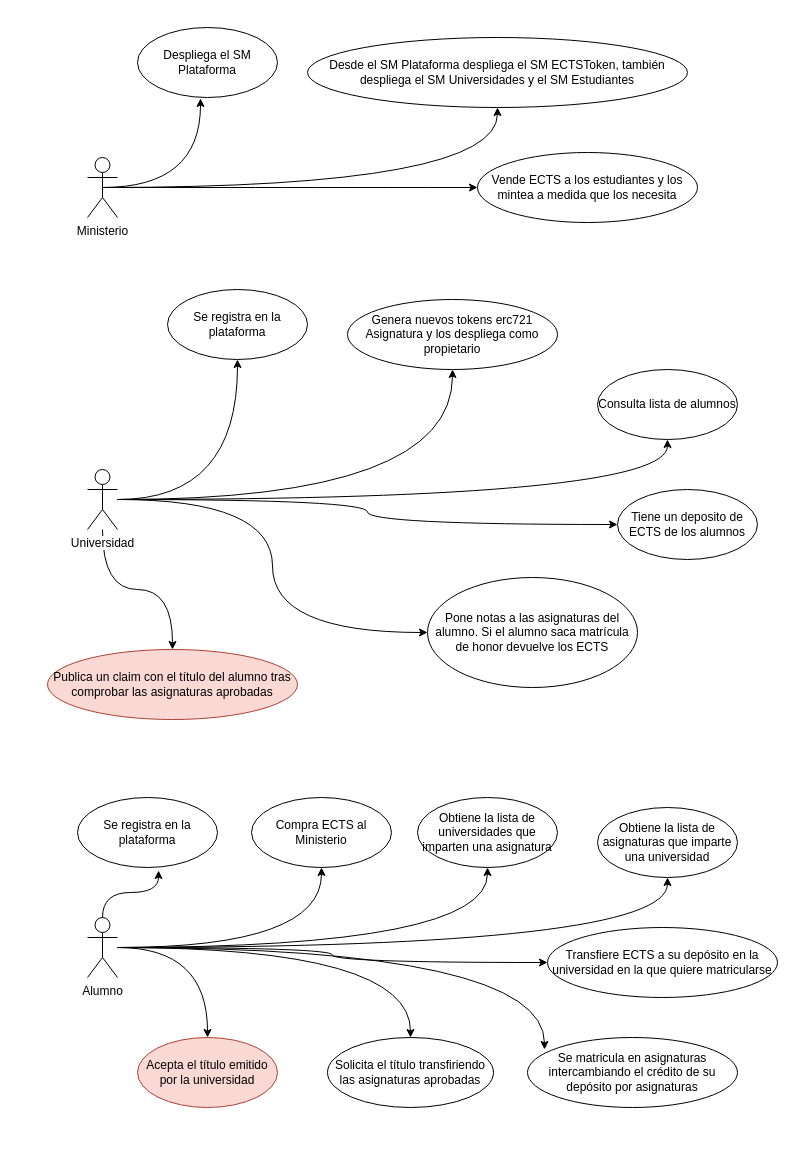
The draw.io diagram docs/Casos Uso.drawio in jpges/UNIR_TFE, before the edit. Source tidied: cells renumbered, new cells numbered last; positions are measured from the earlier drawing's top-left corner, leaving out a move shared by most shapes. Both pictures are drawn from the tidied source at 100%, with x=0, y=0 at pixel (47, 27).
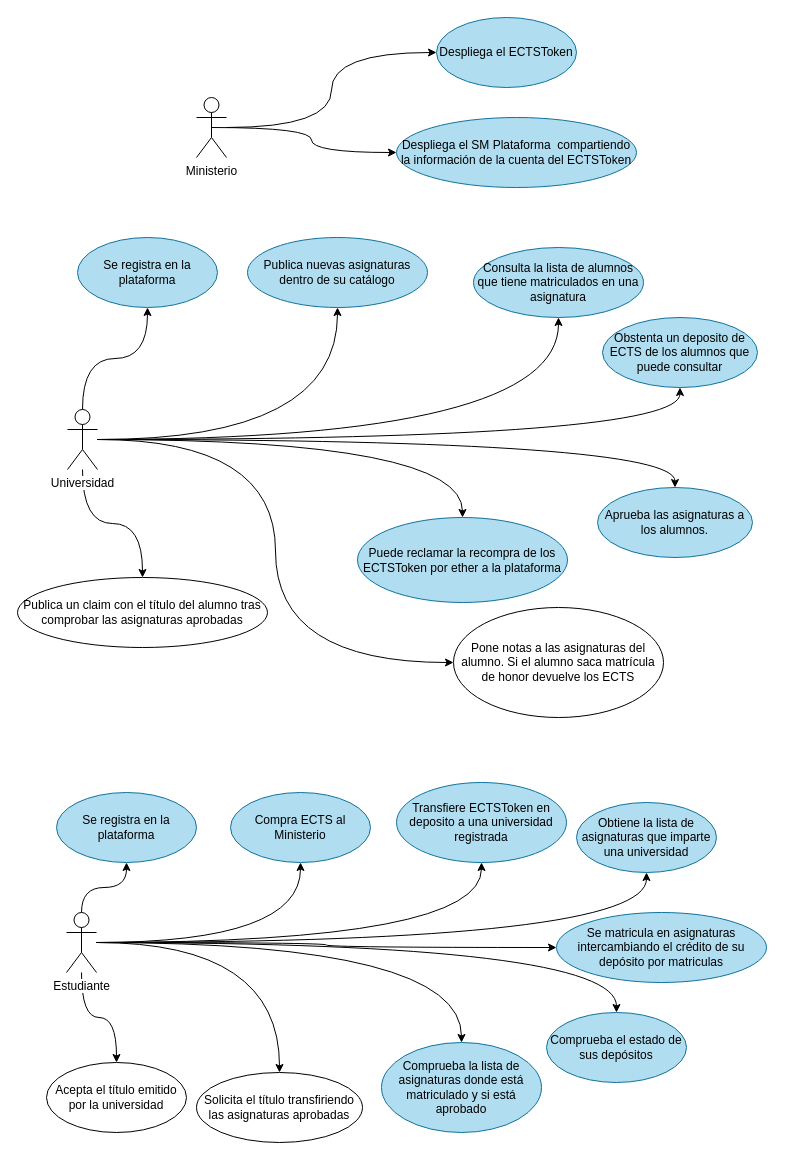
The same diagram, later.

What changed in the source:
```diff
@@
     <mxCell id="2" style="edgeStyle=orthogonalEdgeStyle;curved=1;rounded=0;jettySize=auto;html=1;" parent="1" edge="1" target="9">
       <mxGeometry relative="1" as="geometry">
-        <mxPoint x="70" y="472" as="sourcePoint" />
+        <mxPoint x="50" y="412" as="sourcePoint" />
       </mxGeometry>
     </mxCell>
-    <mxCell id="3" style="edgeStyle=orthogonalEdgeStyle;curved=1;rounded=0;jettySize=auto;html=1;entryX=0;entryY=0.5;entryDx=0;entryDy=0;" parent="1" edge="1" source="4" target="7">
-      <mxGeometry relative="1" as="geometry" />
-    </mxCell>
+    <mxCell id="39" style="edgeStyle=orthogonalEdgeStyle;curved=1;rounded=0;jettySize=auto;html=1;entryX=0;entryY=0.5;entryDx=0;entryDy=0;" parent="1" edge="1" source="4" target="44">
+      <mxGeometry relative="1" as="geometry" />
+    </mxCell>
     <mxCell id="4" value="Ministerio" style="shape=umlActor;verticalLabelPosition=bottom;labelBackgroundColor=#ffffff;verticalAlign=top;html=1;" parent="1" vertex="1">
-      <mxGeometry x="40" y="130" width="30" height="60" as="geometry" />
+      <mxGeometry x="149" y="70" width="30" height="60" as="geometry" />
     </mxCell>
-    <mxCell id="5" value="Despliega el SM Plataforma" style="ellipse;whiteSpace=wrap;html=1;" parent="1" vertex="1">
-      <mxGeometry x="90" width="140" height="70" as="geometry" />
+    <mxCell id="5" value="Despliega el SM Plataforma&amp;nbsp; compartiendo la información de la cuenta del ECTSToken" style="ellipse;whiteSpace=wrap;html=1;fillColor=#b1ddf0;strokeColor=#10739e;" parent="1" vertex="1">
+      <mxGeometry x="349" y="90" width="240" height="70" as="geometry" />
     </mxCell>
-    <mxCell id="6" value="Desde el SM Plataforma despliega el SM ECTSToken, también despliega el SM Universidades y el SM Estudiantes" style="ellipse;whiteSpace=wrap;html=1;" parent="1" vertex="1">
-      <mxGeometry x="260" y="10" width="380" height="70" as="geometry" />
-    </mxCell>
-    <mxCell id="7" value="Vende ECTS a los estudiantes y los mintea a medida que los necesita" style="ellipse;whiteSpace=wrap;html=1;" parent="1" vertex="1">
-      <mxGeometry x="430" y="125" width="220" height="70" as="geometry" />
-    </mxCell>
-    <mxCell id="8" value="Compra ECTS al Ministerio" style="ellipse;whiteSpace=wrap;html=1;" parent="1" vertex="1">
-      <mxGeometry x="204" y="770" width="140" height="70" as="geometry" />
+    <mxCell id="8" value="Compra ECTS al Ministerio" style="ellipse;whiteSpace=wrap;html=1;fillColor=#b1ddf0;strokeColor=#10739e;" parent="1" vertex="1">
+      <mxGeometry x="183" y="765" width="140" height="70" as="geometry" />
     </mxCell>
-    <mxCell id="9" value="Genera nuevos tokens erc721 Asignatura y los despliega como propietario" style="ellipse;whiteSpace=wrap;html=1;" parent="1" vertex="1">
-      <mxGeometry x="300" y="272" width="210" height="70" as="geometry" />
+    <mxCell id="9" value="Publica nuevas asignaturas dentro de su catálogo" style="ellipse;whiteSpace=wrap;html=1;fillColor=#b1ddf0;strokeColor=#10739e;" parent="1" vertex="1">
+      <mxGeometry x="200" y="210" width="180" height="70" as="geometry" />
     </mxCell>
@@
-    <mxCell id="11" style="edgeStyle=orthogonalEdgeStyle;curved=1;rounded=0;jettySize=auto;html=1;entryX=0;entryY=0.5;entryDx=0;entryDy=0;" parent="1" edge="1" source="15" target="18">
-      <mxGeometry relative="1" as="geometry" />
-    </mxCell>
@@
+    <mxCell id="40" style="edgeStyle=orthogonalEdgeStyle;curved=1;rounded=0;jettySize=auto;html=1;" parent="1" edge="1" source="15" target="45">
+      <mxGeometry relative="1" as="geometry" />
+    </mxCell>
+    <mxCell id="41" style="edgeStyle=orthogonalEdgeStyle;curved=1;rounded=0;jettySize=auto;html=1;" parent="1" edge="1" source="15" target="46">
+      <mxGeometry relative="1" as="geometry" />
+    </mxCell>
+    <mxCell id="11" style="edgeStyle=orthogonalEdgeStyle;curved=1;rounded=0;jettySize=auto;html=1;entryX=0.5;entryY=1;entryDx=0;entryDy=0;" parent="1" edge="1" source="15" target="18">
+      <mxGeometry relative="1" as="geometry" />
+    </mxCell>
     <mxCell id="15" value="Universidad" style="shape=umlActor;verticalLabelPosition=bottom;labelBackgroundColor=#ffffff;verticalAlign=top;html=1;" parent="1" vertex="1">
-      <mxGeometry x="40" y="442" width="30" height="60" as="geometry" />
+      <mxGeometry x="20" y="382" width="30" height="60" as="geometry" />
     </mxCell>
-    <mxCell id="16" value="Se registra en la plataforma" style="ellipse;whiteSpace=wrap;html=1;" parent="1" vertex="1">
-      <mxGeometry x="120" y="262" width="140" height="70" as="geometry" />
+    <mxCell id="16" value="Se registra en la plataforma" style="ellipse;whiteSpace=wrap;html=1;fillColor=#b1ddf0;strokeColor=#10739e;" parent="1" vertex="1">
+      <mxGeometry x="30" y="210" width="140" height="70" as="geometry" />
     </mxCell>
     <mxCell id="17" value="Pone notas a las asignaturas del alumno. Si el alumno saca matrícula de honor devuelve los ECTS" style="ellipse;whiteSpace=wrap;html=1;" parent="1" vertex="1">
-      <mxGeometry x="380" y="550" width="210" height="110" as="geometry" />
+      <mxGeometry x="406" y="580" width="210" height="110" as="geometry" />
     </mxCell>
-    <mxCell id="18" value="Tiene un deposito de ECTS de los alumnos" style="ellipse;whiteSpace=wrap;html=1;" parent="1" vertex="1">
-      <mxGeometry x="570" y="462" width="140" height="70" as="geometry" />
+    <mxCell id="18" value="Obstenta un deposito de ECTS de los alumnos que puede consultar" style="ellipse;whiteSpace=wrap;html=1;fillColor=#b1ddf0;strokeColor=#10739e;" parent="1" vertex="1">
+      <mxGeometry x="555" y="290" width="155" height="70" as="geometry" />
     </mxCell>
-    <mxCell id="19" style="edgeStyle=orthogonalEdgeStyle;curved=1;rounded=0;jettySize=auto;html=1;exitX=0.5;exitY=0.5;exitDx=0;exitDy=0;exitPerimeter=0;entryX=0.45;entryY=1.014;entryDx=0;entryDy=0;entryPerimeter=0;" parent="1" edge="1" source="4" target="5">
+    <mxCell id="19" style="edgeStyle=orthogonalEdgeStyle;curved=1;rounded=0;jettySize=auto;html=1;exitX=0.5;exitY=0.5;exitDx=0;exitDy=0;exitPerimeter=0;entryX=0;entryY=0.5;entryDx=0;entryDy=0;" parent="1" edge="1" source="4" target="5">
       <mxGeometry relative="1" as="geometry" />
     </mxCell>
-    <mxCell id="20" style="edgeStyle=orthogonalEdgeStyle;rounded=0;jettySize=auto;html=1;exitX=0.5;exitY=0.5;exitDx=0;exitDy=0;exitPerimeter=0;curved=1;" parent="1" edge="1" source="4" target="6">
-      <mxGeometry relative="1" as="geometry" />
-    </mxCell>
-    <mxCell id="21" value="Consulta lista de alumnos" style="ellipse;whiteSpace=wrap;html=1;" parent="1" vertex="1">
-      <mxGeometry x="550" y="342" width="140" height="70" as="geometry" />
+    <mxCell id="21" value="Consulta la lista de alumnos que tiene matriculados en una asignatura" style="ellipse;whiteSpace=wrap;html=1;fillColor=#b1ddf0;strokeColor=#10739e;" parent="1" vertex="1">
+      <mxGeometry x="426" y="220" width="170" height="70" as="geometry" />
     </mxCell>
-    <mxCell id="22" value="Obtiene la lista de universidades que imparten una asignatura" style="ellipse;whiteSpace=wrap;html=1;" parent="1" vertex="1">
-      <mxGeometry x="370" y="770" width="140" height="70" as="geometry" />
+    <mxCell id="22" value="Transfiere ECTSToken en deposito a una universidad registrada" style="ellipse;whiteSpace=wrap;html=1;fillColor=#b1ddf0;strokeColor=#10739e;" parent="1" vertex="1">
+      <mxGeometry x="349" y="755" width="170" height="80" as="geometry" />
     </mxCell>
-    <mxCell id="23" value="Obtiene la lista de asignaturas que imparte una universidad" style="ellipse;whiteSpace=wrap;html=1;" parent="1" vertex="1">
-      <mxGeometry x="550" y="780" width="140" height="70" as="geometry" />
+    <mxCell id="23" value="Obtiene la lista de asignaturas que imparte una universidad" style="ellipse;whiteSpace=wrap;html=1;fillColor=#b1ddf0;strokeColor=#10739e;" parent="1" vertex="1">
+      <mxGeometry x="529" y="775" width="140" height="70" as="geometry" />
     </mxCell>
     <mxCell id="24" value="Solicita el título transfiriendo las asignaturas aprobadas" style="ellipse;whiteSpace=wrap;html=1;" parent="1" vertex="1">
-      <mxGeometry x="280" y="1010" width="166" height="70" as="geometry" />
+      <mxGeometry x="149" y="1045" width="166" height="70" as="geometry" />
     </mxCell>
-    <mxCell id="25" value="Acepta el título emitido por la universidad" style="ellipse;whiteSpace=wrap;html=1;fillColor=#fad9d5;strokeColor=#ae4132;" parent="1" vertex="1">
-      <mxGeometry x="90" y="1010" width="140" height="70" as="geometry" />
+    <mxCell id="25" value="Acepta el título emitido por la universidad" style="ellipse;whiteSpace=wrap;html=1;" parent="1" vertex="1">
+      <mxGeometry x="-1" y="1035" width="140" height="70" as="geometry" />
     </mxCell>
@@
-    <mxCell id="29" style="edgeStyle=orthogonalEdgeStyle;curved=1;rounded=0;jettySize=auto;html=1;entryX=0.579;entryY=1.043;entryDx=0;entryDy=0;entryPerimeter=0;" parent="1" edge="1" source="34" target="35">
+    <mxCell id="29" style="edgeStyle=orthogonalEdgeStyle;curved=1;rounded=0;jettySize=auto;html=1;" parent="1" edge="1" source="34" target="35">
       <mxGeometry relative="1" as="geometry" />
     </mxCell>
-    <mxCell id="30" style="edgeStyle=orthogonalEdgeStyle;curved=1;rounded=0;jettySize=auto;html=1;entryX=0.081;entryY=0.171;entryDx=0;entryDy=0;entryPerimeter=0;" parent="1" edge="1" source="34" target="37">
-      <mxGeometry relative="1" as="geometry" />
-    </mxCell>
@@
-    <mxCell id="33" style="edgeStyle=orthogonalEdgeStyle;curved=1;rounded=0;jettySize=auto;html=1;entryX=0;entryY=0.5;entryDx=0;entryDy=0;" parent="1" edge="1" source="34" target="38">
-      <mxGeometry relative="1" as="geometry" />
-    </mxCell>
+    <mxCell id="30" style="edgeStyle=orthogonalEdgeStyle;curved=1;rounded=0;jettySize=auto;html=1;entryX=0;entryY=0.5;entryDx=0;entryDy=0;" parent="1" edge="1" source="34" target="37">
+      <mxGeometry relative="1" as="geometry" />
+    </mxCell>
+    <mxCell id="42" style="edgeStyle=orthogonalEdgeStyle;curved=1;rounded=0;jettySize=auto;html=1;entryX=0.5;entryY=0;entryDx=0;entryDy=0;" parent="1" edge="1" source="34" target="47">
+      <mxGeometry relative="1" as="geometry" />
+    </mxCell>
+    <mxCell id="43" style="edgeStyle=orthogonalEdgeStyle;curved=1;rounded=0;jettySize=auto;html=1;entryX=0.5;entryY=0;entryDx=0;entryDy=0;" parent="1" edge="1" source="34" target="48">
+      <mxGeometry relative="1" as="geometry" />
+    </mxCell>
-    <mxCell id="34" value="Alumno" style="shape=umlActor;verticalLabelPosition=bottom;labelBackgroundColor=#ffffff;verticalAlign=top;html=1;" parent="1" vertex="1">
-      <mxGeometry x="40" y="890" width="30" height="60" as="geometry" />
+    <mxCell id="34" value="Estudiante" style="shape=umlActor;verticalLabelPosition=bottom;labelBackgroundColor=#ffffff;verticalAlign=top;html=1;" parent="1" vertex="1">
+      <mxGeometry x="19" y="885" width="30" height="60" as="geometry" />
     </mxCell>
-    <mxCell id="35" value="Se registra en la plataforma" style="ellipse;whiteSpace=wrap;html=1;" parent="1" vertex="1">
-      <mxGeometry x="30" y="770" width="140" height="70" as="geometry" />
+    <mxCell id="35" value="Se registra en la plataforma" style="ellipse;whiteSpace=wrap;html=1;fillColor=#b1ddf0;strokeColor=#10739e;" parent="1" vertex="1">
+      <mxGeometry x="9" y="765" width="140" height="70" as="geometry" />
     </mxCell>
-    <mxCell id="36" value="Publica un claim con el título del alumno tras comprobar las asignaturas aprobadas" style="ellipse;whiteSpace=wrap;html=1;fillColor=#fad9d5;strokeColor=#ae4132;" parent="1" vertex="1">
-      <mxGeometry y="622" width="250" height="70" as="geometry" />
+    <mxCell id="36" value="Publica un claim con el título del alumno tras comprobar las asignaturas aprobadas" style="ellipse;whiteSpace=wrap;html=1;" parent="1" vertex="1">
+      <mxGeometry x="-30" y="550" width="250" height="70" as="geometry" />
     </mxCell>
-    <mxCell id="37" value="Se matricula en asignaturas intercambiando el crédito de su depósito por asignaturas" style="ellipse;whiteSpace=wrap;html=1;" parent="1" vertex="1">
-      <mxGeometry x="480" y="1010" width="210" height="70" as="geometry" />
+    <mxCell id="37" value="Se matricula en asignaturas intercambiando el crédito de su depósito por matriculas" style="ellipse;whiteSpace=wrap;html=1;fillColor=#b1ddf0;strokeColor=#10739e;" parent="1" vertex="1">
+      <mxGeometry x="509" y="885" width="210" height="70" as="geometry" />
     </mxCell>
-    <mxCell id="38" value="Transfiere ECTS a su depósito en la universidad en la que quiere matricularse" style="ellipse;whiteSpace=wrap;html=1;" parent="1" vertex="1">
-      <mxGeometry x="500" y="900" width="230" height="70" as="geometry" />
-    </mxCell>
+    <mxCell id="44" value="Despliega el ECTSToken" style="ellipse;whiteSpace=wrap;html=1;fillColor=#b1ddf0;strokeColor=#10739e;" parent="1" vertex="1">
+      <mxGeometry x="389" y="-10" width="140" height="70" as="geometry" />
+    </mxCell>
+    <mxCell id="45" value="Aprueba las asignaturas a los alumnos." style="ellipse;whiteSpace=wrap;html=1;fillColor=#b1ddf0;strokeColor=#10739e;" parent="1" vertex="1">
+      <mxGeometry x="550" y="460" width="155" height="70" as="geometry" />
+    </mxCell>
+    <mxCell id="46" value="Puede reclamar la recompra de los ECTSToken por ether a la plataforma" style="ellipse;whiteSpace=wrap;html=1;fillColor=#b1ddf0;strokeColor=#10739e;" parent="1" vertex="1">
+      <mxGeometry x="310" y="490" width="210" height="85" as="geometry" />
+    </mxCell>
+    <mxCell id="47" value="Comprueba el estado de sus depósitos" style="ellipse;whiteSpace=wrap;html=1;fillColor=#b1ddf0;strokeColor=#10739e;" parent="1" vertex="1">
+      <mxGeometry x="499" y="985" width="140" height="70" as="geometry" />
+    </mxCell>
+    <mxCell id="48" value="Comprueba la lista de asignaturas donde está matriculado y si está aprobado" style="ellipse;whiteSpace=wrap;html=1;fillColor=#b1ddf0;strokeColor=#10739e;" parent="1" vertex="1">
+      <mxGeometry x="334" y="1015" width="160" height="90" as="geometry" />
+    </mxCell>
```
